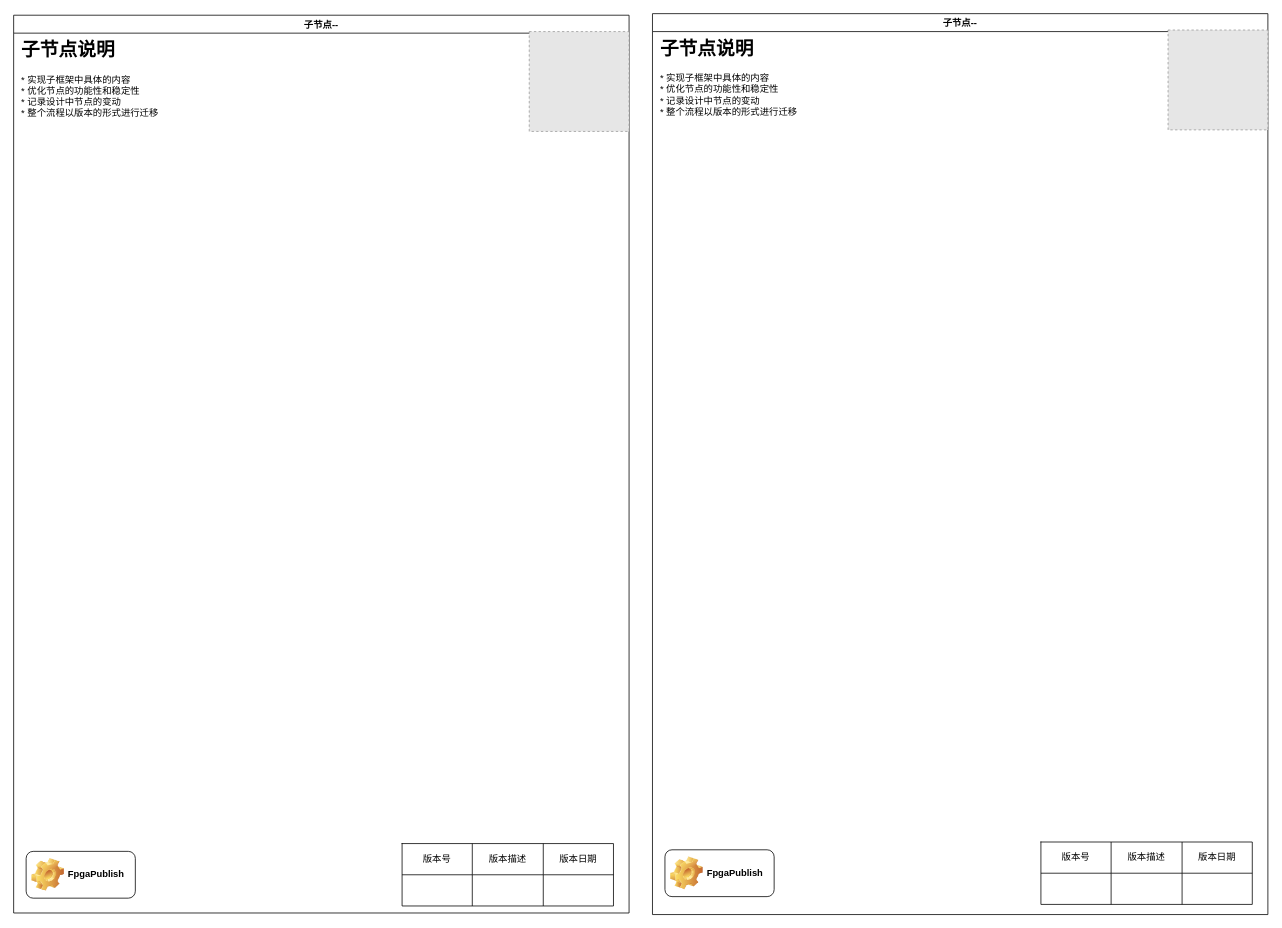
Above: page "子节点2.1--PC调用PA" (4 of 4) of smart_eye_exec_flow/smart_eye_flow_manual.drawio in FpgaPublish/k2_smart_eye (draw.io), before the change. Source tidied: cells renumbered, new cells numbered last; positions are measured from the earlier drawing's top-left corner, leaving out a move shared by most shapes. Both pictures are drawn from the tidied source at 78%, with x=0, y=0 at pixel (13, 13). Pictures stored in the file or linked from it are replaced by grey dashed boxes.
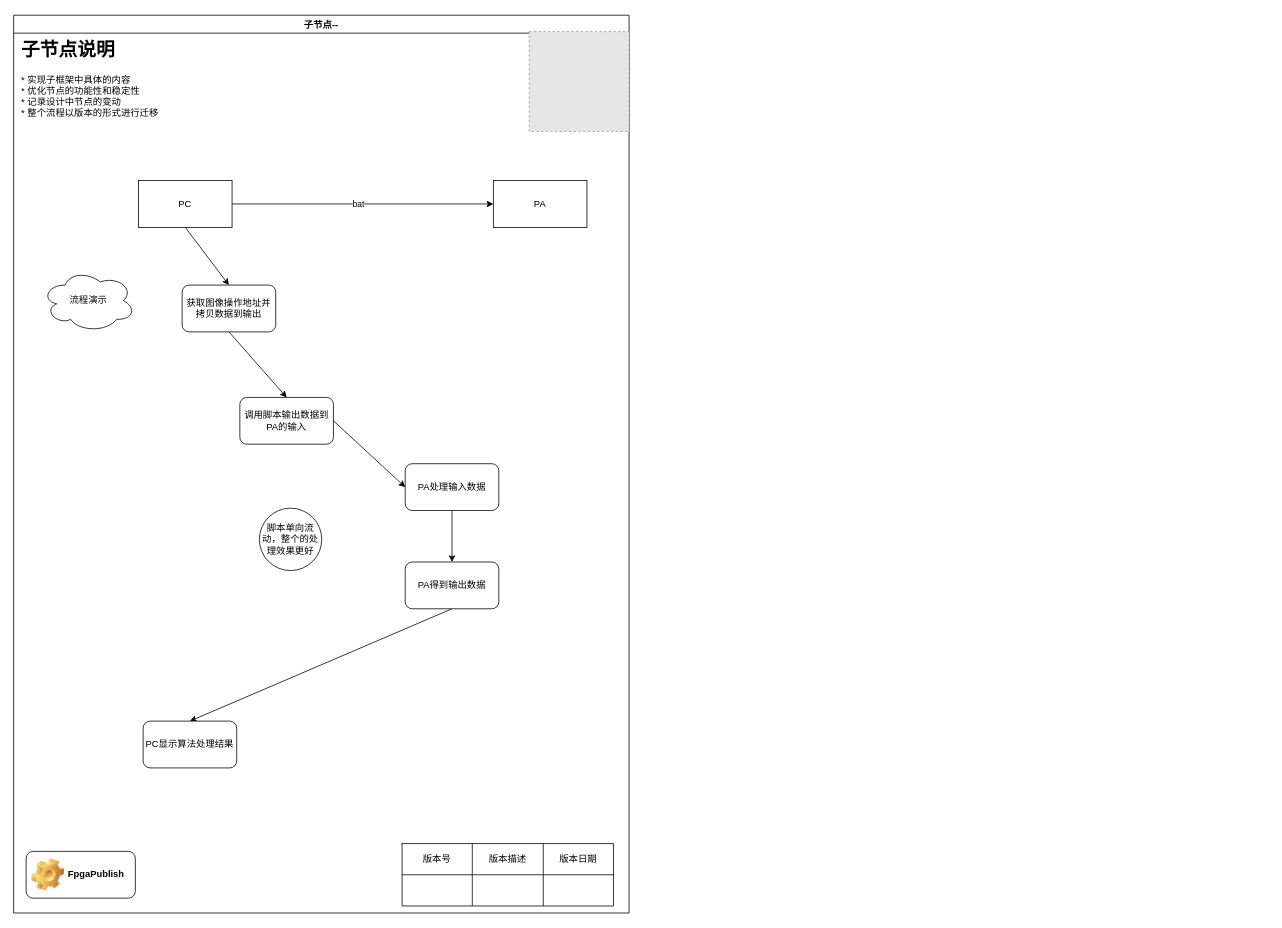
Above is the later version.

Unchanged cells that the change refers to:
```xml
<mxCell id="2" value="子节点--" style="swimlane;startSize=23;" parent="1" vertex="1">
  <mxGeometry y="2" width="789" height="1151" as="geometry" />
</mxCell>
```

The edit, as a diff of the source:
```diff
@@
-    <mxCell id="15" value="子节点--" style="swimlane;startSize=23;" parent="1" vertex="1">
-      <mxGeometry x="819" width="789" height="1155" as="geometry" />
-    </mxCell>
-    <mxCell id="16" value="&lt;h1&gt;子节点说明&lt;/h1&gt;&lt;div&gt;* 实现子框架中具体的内容&lt;/div&gt;&lt;div&gt;* 优化节点的功能性和稳定性&lt;/div&gt;&lt;div&gt;* 记录设计中节点的变动&lt;/div&gt;&lt;div&gt;* 整个流程以版本的形式进行迁移&lt;/div&gt;" style="text;html=1;strokeColor=none;fillColor=none;spacing=5;spacingTop=-20;whiteSpace=wrap;overflow=hidden;rounded=0;" parent="15" vertex="1">
-      <mxGeometry x="5" y="25" width="190" height="120" as="geometry" />
-    </mxCell>
-    <mxCell id="17" style="fillColor=#E6E6E6;strokeColor=#999999;dashed=1;verticalLabelPosition=bottom;labelBackgroundColor=default;verticalAlign=top;" parent="15" vertex="1">
-      <mxGeometry x="661" y="21" width="128" height="128" as="geometry" />
-    </mxCell>
-    <mxCell id="18" style="shape=table;startSize=0;childLayout=tableLayout;" parent="15" vertex="1">
-      <mxGeometry x="498" y="1062" width="271" height="80" as="geometry" />
-    </mxCell>
-    <mxCell id="19" style="shape=tableRow;horizontal=0;startSize=0;swimlaneHead=0;swimlaneBody=0;top=0;left=0;bottom=0;right=0;fillColor=none;" parent="18" vertex="1">
-      <mxGeometry width="271" height="40" as="geometry" />
-    </mxCell>
-    <mxCell id="20" value="版本号" style="shape=partialRectangle;html=1;whiteSpace=wrap;overflow=hidden;fillColor=none;top=0;left=0;bottom=0;right=0;" parent="19" vertex="1">
-      <mxGeometry width="90" height="40" as="geometry" />
-    </mxCell>
-    <mxCell id="21" value="版本描述" style="shape=partialRectangle;html=1;whiteSpace=wrap;overflow=hidden;fillColor=none;top=0;left=0;bottom=0;right=0;" parent="19" vertex="1">
-      <mxGeometry x="90" width="91" height="40" as="geometry" />
-    </mxCell>
-    <mxCell id="22" value="版本日期" style="shape=partialRectangle;html=1;whiteSpace=wrap;overflow=hidden;fillColor=none;top=0;left=0;bottom=0;right=0;" parent="19" vertex="1">
-      <mxGeometry x="181" width="90" height="40" as="geometry" />
-    </mxCell>
-    <mxCell id="23" style="shape=tableRow;horizontal=0;startSize=0;swimlaneHead=0;swimlaneBody=0;top=0;left=0;bottom=0;right=0;fillColor=none;" parent="18" vertex="1">
-      <mxGeometry y="40" width="271" height="40" as="geometry" />
-    </mxCell>
-    <mxCell id="24" style="shape=partialRectangle;html=1;whiteSpace=wrap;overflow=hidden;fillColor=none;top=0;left=0;bottom=0;right=0;" parent="23" vertex="1">
-      <mxGeometry width="90" height="40" as="geometry" />
-    </mxCell>
-    <mxCell id="25" style="shape=partialRectangle;html=1;whiteSpace=wrap;overflow=hidden;fillColor=none;top=0;left=0;bottom=0;right=0;" parent="23" vertex="1">
-      <mxGeometry x="90" width="91" height="40" as="geometry" />
-    </mxCell>
-    <mxCell id="26" style="shape=partialRectangle;html=1;whiteSpace=wrap;overflow=hidden;fillColor=none;top=0;left=0;bottom=0;right=0;" parent="23" vertex="1">
-      <mxGeometry x="181" width="90" height="40" as="geometry" />
-    </mxCell>
-    <mxCell id="27" value="FpgaPublish" style="label;whiteSpace=wrap;html=1;image=img/clipart/Gear_128x128.png;" parent="15" vertex="1">
-      <mxGeometry x="16" y="1072" width="140" height="60" as="geometry" />
-    </mxCell>
+    <mxCell id="28" style="edgeStyle=orthogonalEdgeStyle;rounded=0;jettySize=auto;html=1;exitX=1;exitY=0.5;exitDx=0;exitDy=0;" parent="2" edge="1" source="31" target="32">
+      <mxGeometry relative="1" as="geometry" />
+    </mxCell>
+    <mxCell id="29" value="bat" style="edgeLabel;html=1;align=center;verticalAlign=middle;" parent="28" vertex="1">
+      <mxGeometry x="-0.04" y="1" relative="1" as="geometry" />
+    </mxCell>
+    <mxCell id="30" style="edgeStyle=none;rounded=0;jettySize=auto;html=1;exitX=0.5;exitY=1;exitDx=0;exitDy=0;entryX=0.5;entryY=0;entryDx=0;entryDy=0;" parent="2" edge="1" source="31" target="35">
+      <mxGeometry relative="1" as="geometry" />
+    </mxCell>
+    <mxCell id="31" value="PC" style="rounded=0;whiteSpace=wrap;html=1;" parent="2" vertex="1">
+      <mxGeometry x="160" y="212" width="120" height="60" as="geometry" />
+    </mxCell>
+    <mxCell id="32" value="PA" style="rounded=0;whiteSpace=wrap;html=1;" parent="2" vertex="1">
+      <mxGeometry x="615" y="212" width="120" height="60" as="geometry" />
+    </mxCell>
+    <mxCell id="33" value="流程演示" style="ellipse;shape=cloud;whiteSpace=wrap;html=1;" parent="2" vertex="1">
+      <mxGeometry x="36" y="326" width="120" height="80" as="geometry" />
+    </mxCell>
+    <mxCell id="34" style="edgeStyle=none;rounded=0;jettySize=auto;html=1;exitX=0.5;exitY=1;exitDx=0;exitDy=0;entryX=0.5;entryY=0;entryDx=0;entryDy=0;" parent="2" edge="1" source="35" target="37">
+      <mxGeometry relative="1" as="geometry" />
+    </mxCell>
+    <mxCell id="35" value="获取图像操作地址并拷贝数据到输出" style="rounded=1;whiteSpace=wrap;html=1;" parent="2" vertex="1">
+      <mxGeometry x="216" y="346" width="120" height="60" as="geometry" />
+    </mxCell>
+    <mxCell id="36" style="edgeStyle=none;rounded=0;jettySize=auto;html=1;exitX=1;exitY=0.5;exitDx=0;exitDy=0;entryX=0;entryY=0.5;entryDx=0;entryDy=0;" parent="2" edge="1" source="37" target="39">
+      <mxGeometry relative="1" as="geometry" />
+    </mxCell>
+    <mxCell id="37" value="调用脚本输出数据到PA的输入" style="rounded=1;whiteSpace=wrap;html=1;" parent="2" vertex="1">
+      <mxGeometry x="290" y="490" width="120" height="60" as="geometry" />
+    </mxCell>
+    <mxCell id="38" style="edgeStyle=none;rounded=0;jettySize=auto;html=1;exitX=0.5;exitY=1;exitDx=0;exitDy=0;" parent="2" edge="1" source="39" target="41">
+      <mxGeometry relative="1" as="geometry" />
+    </mxCell>
+    <mxCell id="39" value="PA处理输入数据" style="rounded=1;whiteSpace=wrap;html=1;" parent="2" vertex="1">
+      <mxGeometry x="502" y="575" width="120" height="60" as="geometry" />
+    </mxCell>
+    <mxCell id="40" style="edgeStyle=none;rounded=0;jettySize=auto;html=1;exitX=0.5;exitY=1;exitDx=0;exitDy=0;entryX=0.5;entryY=0;entryDx=0;entryDy=0;" parent="2" edge="1" source="41" target="42">
+      <mxGeometry relative="1" as="geometry" />
+    </mxCell>
+    <mxCell id="41" value="PA得到输出数据" style="rounded=1;whiteSpace=wrap;html=1;" parent="2" vertex="1">
+      <mxGeometry x="502" y="701" width="120" height="60" as="geometry" />
+    </mxCell>
+    <mxCell id="42" value="PC显示算法处理结果" style="rounded=1;whiteSpace=wrap;html=1;" parent="2" vertex="1">
+      <mxGeometry x="166" y="905" width="120" height="60" as="geometry" />
+    </mxCell>
+    <mxCell id="43" value="脚本单向流动，整个的处理效果更好" style="ellipse;whiteSpace=wrap;html=1;" parent="2" vertex="1">
+      <mxGeometry x="315" y="632" width="80" height="80" as="geometry" />
+    </mxCell>
```
